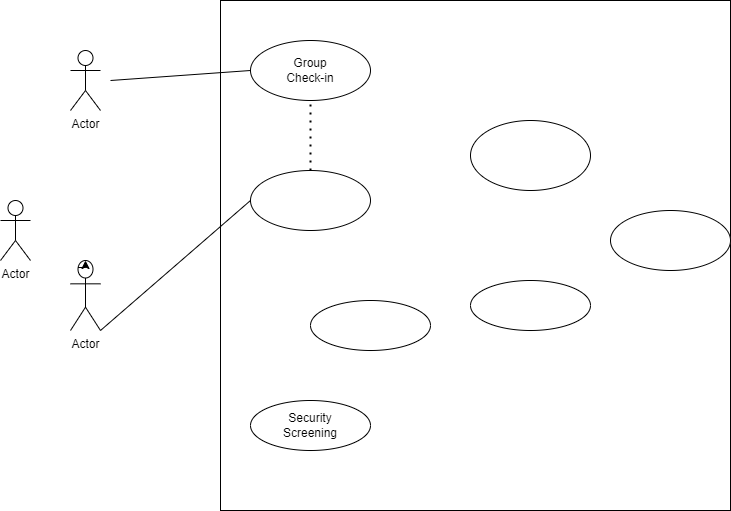
Before: Business airport.drawio.png, a diagram exported from draw.io (stephenka00/hello-github-actions). Source tidied: cells renumbered, new cells last; positions are measured from the earlier drawing's top-left corner, leaving out a move shared by most shapes.
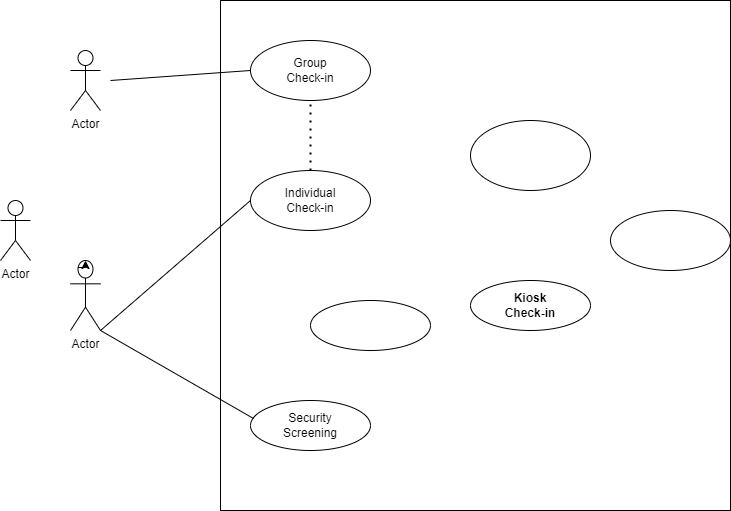
After the change.

Diff of the diagram source:
```diff
@@ -26,7 +26,7 @@
     <mxCell id="9" style="ellipse;whiteSpace=wrap;html=1;" parent="1" vertex="1">
       <mxGeometry x="310" y="300" width="120" height="50" as="geometry" />
     </mxCell>
-    <mxCell id="10" style="ellipse;whiteSpace=wrap;html=1;" parent="1" vertex="1">
+    <mxCell id="10" value="&lt;b&gt;Kiosk&lt;br&gt;Check-in&lt;br&gt;&lt;/b&gt;" style="ellipse;whiteSpace=wrap;html=1;" parent="1" vertex="1">
       <mxGeometry x="470" y="280" width="120" height="50" as="geometry" />
     </mxCell>
     <mxCell id="11" value="Security&lt;br&gt;Screening" style="ellipse;whiteSpace=wrap;html=1;" parent="1" vertex="1">
@@ -35,7 +35,7 @@
     <mxCell id="12" style="ellipse;whiteSpace=wrap;html=1;" parent="1" vertex="1">
       <mxGeometry x="610" y="210" width="120" height="60" as="geometry" />
     </mxCell>
-    <mxCell id="13" style="ellipse;whiteSpace=wrap;html=1;" parent="1" vertex="1">
+    <mxCell id="13" value="Individual&lt;br&gt;Check-in" style="ellipse;whiteSpace=wrap;html=1;" parent="1" vertex="1">
       <mxGeometry x="250" y="170" width="120" height="60" as="geometry" />
     </mxCell>
     <mxCell id="14" style="endArrow=none;html=1;rounded=0;exitX=1;exitY=1;exitDx=0;exitDy=0;exitPerimeter=0;entryX=0;entryY=0.5;entryDx=0;entryDy=0;" parent="1" edge="1" source="3" target="13">
@@ -54,5 +54,10 @@
         <mxPoint x="110" y="80" as="sourcePoint" />
       </mxGeometry>
     </mxCell>
+    <mxCell id="18" style="endArrow=none;html=1;rounded=0;entryX=0.025;entryY=0.36;entryDx=0;entryDy=0;entryPerimeter=0;" parent="1" edge="1" target="11">
+      <mxGeometry relative="1" as="geometry">
+        <mxPoint x="100" y="330" as="sourcePoint" />
+      </mxGeometry>
+    </mxCell>
   </root>
 </mxGraphModel>
```
